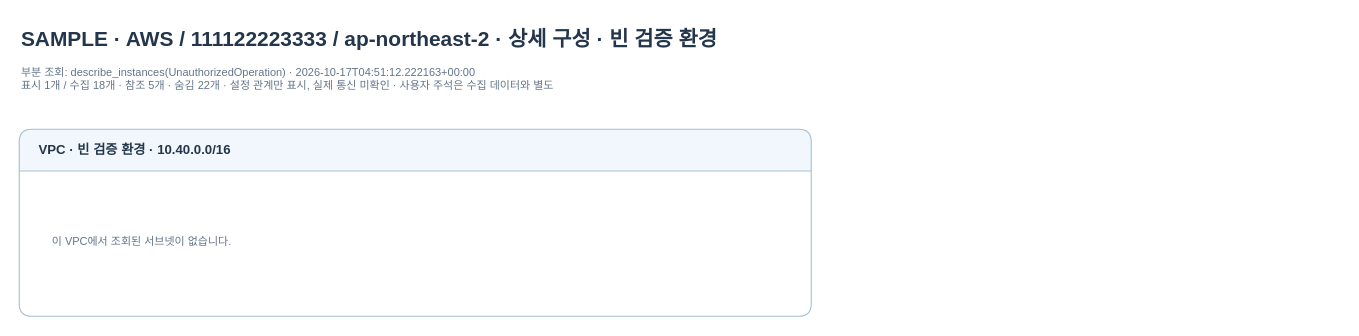
Above: page "vpc-empty" (3 of 4) of examples/demo/topology.drawio in men16922/diagram-bot (draw.io), before the change. Source tidied: cells renumbered, new cells numbered last; positions are measured from the earlier drawing's top-left corner, leaving out a move shared by most shapes. Both pictures are drawn from the tidied source at 110%, with x=0, y=0 at pixel (19, 19).
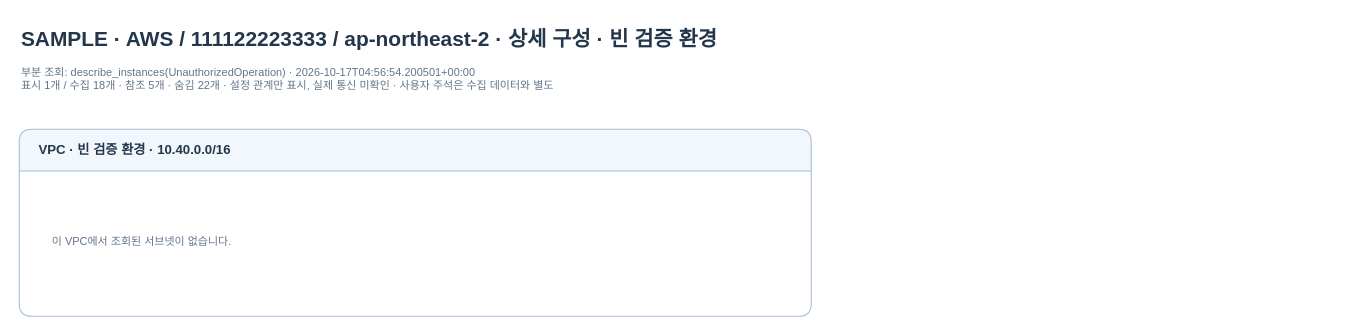
Above is the later version.

The edit, as a diff of the source:
```diff
@@
 <mxGraphModel background="#ffffff">
   <root>
     <mxCell id="0" />
     <mxCell id="1" parent="0" />
     <mxCell id="2" value="SAMPLE · AWS / 111122223333 / ap-northeast-2 · 상세 구성 · 빈 검증 환경" style="html=0;fontFamily=Arial;fontSize=12;fontColor=#24364B;text;align=left;fontSize=19;fontStyle=1;strokeColor=none;fillColor=none;" parent="1" vertex="1">
       <mxGeometry width="1200" height="30" as="geometry" />
     </mxCell>
-    <mxCell id="3" value="부분 조회: describe_instances(UnauthorizedOperation) · 2026-10-17T04:51:12.222163+00:00&#10;표시 1개 / 수집 18개 · 참조 5개 · 숨김 22개 · 설정 관계만 표시, 실제 통신 미확인 · 사용자 주석은 수집 데이터와 별도" style="html=0;fontFamily=Arial;fontSize=12;fontColor=#24364B;text;align=left;verticalAlign=top;whiteSpace=wrap;fontSize=10;fontColor=#62748A;strokeColor=none;fillColor=none;" parent="1" vertex="1">
+    <mxCell id="3" value="부분 조회: describe_instances(UnauthorizedOperation) · 2026-10-17T04:56:54.200501+00:00&#10;표시 1개 / 수집 18개 · 참조 5개 · 숨김 22개 · 설정 관계만 표시, 실제 통신 미확인 · 사용자 주석은 수집 데이터와 별도" style="html=0;fontFamily=Arial;fontSize=12;fontColor=#24364B;text;align=left;verticalAlign=top;whiteSpace=wrap;fontSize=10;fontColor=#62748A;strokeColor=none;fillColor=none;" parent="1" vertex="1">
       <mxGeometry y="36" width="960" height="42" as="geometry" />
     </mxCell>
     <mxCell id="4" value="VPC  ·  빈 검증 환경  ·  10.40.0.0/16" style="html=0;fontFamily=Arial;fontSize=12;fontColor=#24364B;swimlane;startSize=38;horizontal=1;rounded=1;arcSize=10;whiteSpace=wrap;fillColor=#F1F7FC;swimlaneFillColor=#FFFFFF;strokeColor=#A7BFD4;fontStyle=1;align=left;spacingLeft=16;" parent="1" vertex="1">
       <mxGeometry y="100" width="720" height="170" as="geometry" />
     </mxCell>
     <mxCell id="5" value="이 VPC에서 조회된 서브넷이 없습니다." style="html=0;fontFamily=Arial;fontSize=12;fontColor=#24364B;text;align=left;verticalAlign=top;whiteSpace=wrap;fontSize=10;fontColor=#62748A;strokeColor=none;fillColor=none;" parent="4" vertex="1">
       <mxGeometry x="28" y="90" width="420" height="40" as="geometry" />
     </mxCell>
   </root>
 </mxGraphModel>
```
